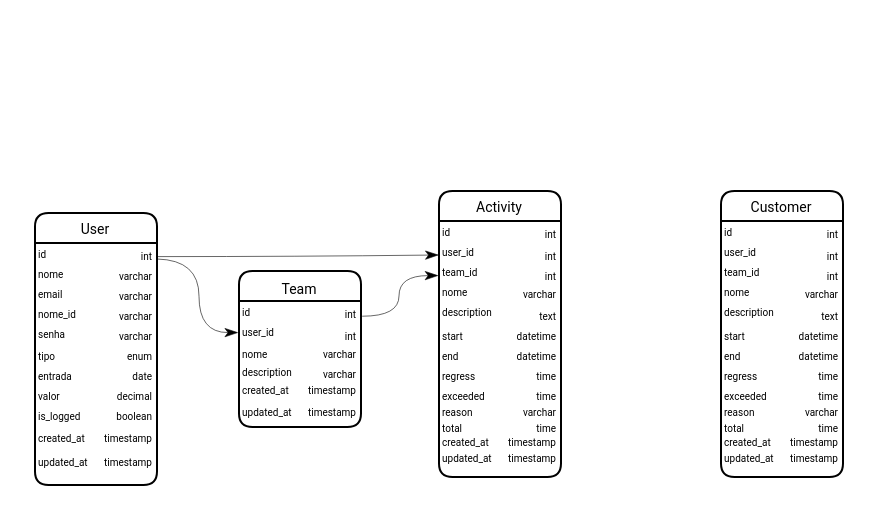
The draw.io diagram Banco Kairos.drawio in Avflux/drawio, before the edit. Source tidied: cells renumbered, new cells numbered last; positions are measured from the earlier drawing's top-left corner, leaving out a move shared by most shapes. Both pictures are drawn from the tidied source at 200%, with x=0, y=0 at pixel (34, 190).
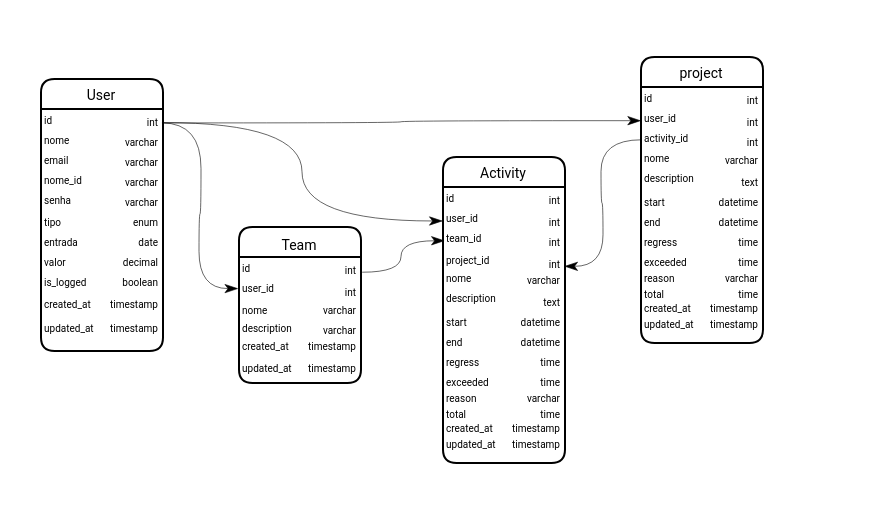
The same page after the edit.

Unchanged cells that the change refers to:
```xml
<mxCell id="20" value="&lt;font face=&quot;Roboto&quot;&gt;&lt;span style=&quot;font-size: 5px;&quot;&gt;int&lt;/span&gt;&lt;/font&gt;" style="text;html=1;align=right;verticalAlign=middle;points=[];strokeColor=none;fillColor=none;fontFamily=Architects Daughter;" parent="2" vertex="1">
  <mxGeometry x="40" y="5" width="20" height="30" as="geometry" />
</mxCell>
<mxCell id="29" value="&lt;font face=&quot;Roboto&quot;&gt;&lt;span style=&quot;font-size: 5px;&quot;&gt;nome&lt;/span&gt;&lt;/font&gt;" style="text;html=1;align=left;verticalAlign=middle;points=[];strokeColor=none;fillColor=none;fontFamily=Architects Daughter;" parent="25" vertex="1">
  <mxGeometry y="26" width="31" height="27" as="geometry" />
</mxCell>
<mxCell id="33" value="&lt;font face=&quot;Roboto&quot;&gt;&lt;span style=&quot;font-size: 5px;&quot;&gt;int&lt;/span&gt;&lt;/font&gt;" style="text;html=1;align=right;verticalAlign=middle;points=[];strokeColor=none;fillColor=none;fontFamily=Architects Daughter;" parent="25" vertex="1">
  <mxGeometry x="40" y="5" width="20" height="30" as="geometry" />
</mxCell>
<mxCell id="42" value="&lt;font face=&quot;Roboto&quot; style=&quot;font-size: 5px;&quot;&gt;team_id&lt;/font&gt;" style="text;html=1;align=left;verticalAlign=middle;points=[];strokeColor=none;fillColor=none;fontFamily=Architects Daughter;" parent="38" vertex="1">
  <mxGeometry y="27" width="36" height="26" as="geometry" />
</mxCell>
<mxCell id="70" value="&lt;font face=&quot;Roboto&quot; style=&quot;font-size: 5px;&quot;&gt;user_id&lt;/font&gt;" style="text;html=1;align=left;verticalAlign=middle;points=[];strokeColor=none;fillColor=none;fontFamily=Architects Daughter;" parent="68" vertex="1">
  <mxGeometry y="17" width="34" height="26" as="geometry" />
</mxCell>
```

What changed in the source:
```diff
@@
     <mxCell id="2" value="&lt;p&gt;&lt;font style=&quot;font-size: 7px;&quot; face=&quot;Roboto&quot;&gt;&lt;span style=&quot;font-weight: 400;&quot;&gt;User&lt;/span&gt;&lt;/font&gt;&lt;/p&gt;" style="swimlane;whiteSpace=wrap;html=1;hachureGap=4;fontFamily=Architects Daughter;fillColor=default;strokeColor=default;startSize=15;strokeWidth=1;swimlaneLine=1;glass=0;rounded=1;shadow=0;align=center;" parent="1" vertex="1">
-      <mxGeometry y="11" width="61" height="136" as="geometry" />
+      <mxGeometry x="3" y="-56" width="61" height="136" as="geometry" />
     </mxCell>
@@
     <mxCell id="25" value="&lt;p&gt;&lt;font face=&quot;Roboto&quot;&gt;&lt;span style=&quot;font-size: 7px; font-weight: 400;&quot;&gt;Team&lt;/span&gt;&lt;/font&gt;&lt;/p&gt;" style="swimlane;whiteSpace=wrap;html=1;hachureGap=4;fontFamily=Architects Daughter;fillColor=default;strokeColor=default;startSize=15;strokeWidth=1;swimlaneLine=1;glass=0;rounded=1;shadow=0;align=center;" parent="1" vertex="1">
-      <mxGeometry x="102" y="40" width="61" height="78" as="geometry" />
+      <mxGeometry x="102" y="18" width="61" height="78" as="geometry" />
     </mxCell>
@@
     <mxCell id="38" value="&lt;p&gt;&lt;font style=&quot;font-size: 7px;&quot; face=&quot;Roboto&quot;&gt;&lt;span style=&quot;font-weight: 400;&quot;&gt;Activity&lt;/span&gt;&lt;/font&gt;&lt;/p&gt;" style="swimlane;whiteSpace=wrap;html=1;hachureGap=4;fontFamily=Architects Daughter;fillColor=default;strokeColor=default;startSize=15;strokeWidth=1;swimlaneLine=1;glass=0;rounded=1;shadow=0;align=center;" parent="1" vertex="1">
-      <mxGeometry x="202" width="61" height="143" as="geometry" />
+      <mxGeometry x="204" y="-17" width="61" height="153" as="geometry" />
     </mxCell>
@@
     <mxCell id="44" value="&lt;font face=&quot;Roboto&quot; style=&quot;font-size: 5px;&quot;&gt;nome&lt;/font&gt;" style="text;html=1;align=left;verticalAlign=middle;points=[];strokeColor=none;fillColor=none;fontFamily=Architects Daughter;" parent="38" vertex="1">
-      <mxGeometry y="37" width="31" height="26" as="geometry" />
+      <mxGeometry y="47" width="31" height="26" as="geometry" />
     </mxCell>
     <mxCell id="45" value="&lt;font face=&quot;Roboto&quot;&gt;&lt;span style=&quot;font-size: 5px;&quot;&gt;varchar&lt;/span&gt;&lt;/font&gt;" style="text;html=1;align=right;verticalAlign=middle;strokeColor=none;fillColor=none;fontFamily=Architects Daughter;" parent="38" vertex="1">
-      <mxGeometry x="20" y="35" width="40" height="30" as="geometry" />
+      <mxGeometry x="20" y="45" width="40" height="30" as="geometry" />
     </mxCell>
     <mxCell id="46" value="&lt;font face=&quot;Roboto&quot; style=&quot;font-size: 5px;&quot;&gt;description&lt;/font&gt;" style="text;html=1;align=left;verticalAlign=middle;strokeColor=none;fillColor=none;fontFamily=Architects Daughter;" parent="38" vertex="1">
-      <mxGeometry y="47" width="43" height="26" as="geometry" />
+      <mxGeometry y="57" width="43" height="26" as="geometry" />
     </mxCell>
     <mxCell id="47" value="&lt;font face=&quot;Roboto&quot;&gt;&lt;span style=&quot;font-size: 5px;&quot;&gt;text&lt;/span&gt;&lt;/font&gt;" style="text;html=1;align=right;verticalAlign=middle;strokeColor=none;fillColor=none;fontFamily=Architects Daughter;" parent="38" vertex="1">
-      <mxGeometry x="34" y="47" width="26" height="27" as="geometry" />
+      <mxGeometry x="34" y="57" width="26" height="27" as="geometry" />
     </mxCell>
     <mxCell id="48" value="&lt;font face=&quot;Roboto&quot;&gt;&lt;span style=&quot;font-size: 5px;&quot;&gt;start&lt;/span&gt;&lt;/font&gt;" style="text;html=1;align=left;verticalAlign=middle;strokeColor=none;fillColor=none;fontFamily=Architects Daughter;" parent="38" vertex="1">
-      <mxGeometry y="57" width="28" height="27" as="geometry" />
+      <mxGeometry y="67" width="28" height="27" as="geometry" />
     </mxCell>
     <mxCell id="49" value="&lt;font face=&quot;Roboto&quot;&gt;&lt;span style=&quot;font-size: 5px;&quot;&gt;datetime&lt;/span&gt;&lt;/font&gt;" style="text;html=1;align=right;verticalAlign=middle;strokeColor=none;fillColor=none;fontFamily=Architects Daughter;" parent="38" vertex="1">
-      <mxGeometry x="22" y="57" width="38" height="27" as="geometry" />
+      <mxGeometry x="22" y="67" width="38" height="27" as="geometry" />
     </mxCell>
     <mxCell id="50" value="&lt;font face=&quot;Roboto&quot;&gt;&lt;span style=&quot;font-size: 5px;&quot;&gt;end&lt;/span&gt;&lt;/font&gt;" style="text;html=1;align=left;verticalAlign=middle;strokeColor=none;fillColor=none;fontFamily=Architects Daughter;" parent="38" vertex="1">
-      <mxGeometry y="67" width="26" height="27" as="geometry" />
+      <mxGeometry y="77" width="26" height="27" as="geometry" />
     </mxCell>
     <mxCell id="51" value="&lt;font face=&quot;Roboto&quot;&gt;&lt;span style=&quot;font-size: 5px;&quot;&gt;datetime&lt;/span&gt;&lt;/font&gt;" style="text;html=1;align=right;verticalAlign=middle;strokeColor=none;fillColor=none;fontFamily=Architects Daughter;" parent="38" vertex="1">
-      <mxGeometry x="22" y="67" width="38" height="27" as="geometry" />
+      <mxGeometry x="22" y="77" width="38" height="27" as="geometry" />
     </mxCell>
     <mxCell id="52" value="&lt;font face=&quot;Roboto&quot;&gt;&lt;span style=&quot;font-size: 5px;&quot;&gt;regress&lt;/span&gt;&lt;/font&gt;" style="text;html=1;align=left;verticalAlign=middle;strokeColor=none;fillColor=none;fontFamily=Architects Daughter;" parent="38" vertex="1">
-      <mxGeometry y="77" width="35" height="27" as="geometry" />
+      <mxGeometry y="87" width="35" height="27" as="geometry" />
     </mxCell>
     <mxCell id="53" value="&lt;font face=&quot;Roboto&quot;&gt;&lt;span style=&quot;font-size: 5px;&quot;&gt;time&lt;/span&gt;&lt;/font&gt;" style="text;html=1;align=right;verticalAlign=middle;strokeColor=none;fillColor=none;fontFamily=Architects Daughter;" parent="38" vertex="1">
-      <mxGeometry x="32" y="77" width="28" height="27" as="geometry" />
+      <mxGeometry x="32" y="87" width="28" height="27" as="geometry" />
     </mxCell>
     <mxCell id="54" value="&lt;font face=&quot;Roboto&quot;&gt;&lt;span style=&quot;font-size: 5px;&quot;&gt;exceeded&lt;/span&gt;&lt;/font&gt;" style="text;html=1;align=left;verticalAlign=middle;strokeColor=none;fillColor=none;fontFamily=Architects Daughter;" parent="38" vertex="1">
-      <mxGeometry y="87" width="39" height="27" as="geometry" />
+      <mxGeometry y="97" width="39" height="27" as="geometry" />
     </mxCell>
     <mxCell id="55" value="&lt;font face=&quot;Roboto&quot;&gt;&lt;span style=&quot;font-size: 5px;&quot;&gt;time&lt;/span&gt;&lt;/font&gt;" style="text;html=1;align=right;verticalAlign=middle;strokeColor=none;fillColor=none;fontFamily=Architects Daughter;" parent="38" vertex="1">
-      <mxGeometry x="32" y="87" width="28" height="27" as="geometry" />
+      <mxGeometry x="32" y="97" width="28" height="27" as="geometry" />
     </mxCell>
@@
     <mxCell id="57" value="&lt;font face=&quot;Roboto&quot;&gt;&lt;span style=&quot;font-size: 5px;&quot;&gt;created_at&lt;/span&gt;&lt;/font&gt;" style="text;html=1;align=left;verticalAlign=middle;strokeColor=none;fillColor=none;fontFamily=Architects Daughter;" parent="38" vertex="1">
-      <mxGeometry y="110" width="41" height="27" as="geometry" />
+      <mxGeometry y="120" width="41" height="27" as="geometry" />
     </mxCell>
     <mxCell id="58" value="&lt;font face=&quot;Roboto&quot;&gt;&lt;span style=&quot;font-size: 5px;&quot;&gt;timestamp&lt;/span&gt;&lt;/font&gt;" style="text;html=1;align=right;verticalAlign=middle;strokeColor=none;fillColor=none;fontFamily=Architects Daughter;" parent="38" vertex="1">
-      <mxGeometry x="18" y="110" width="42" height="27" as="geometry" />
+      <mxGeometry x="18" y="120" width="42" height="27" as="geometry" />
     </mxCell>
     <mxCell id="59" value="&lt;font face=&quot;Roboto&quot;&gt;&lt;span style=&quot;font-size: 5px;&quot;&gt;updated_at&lt;/span&gt;&lt;/font&gt;" style="text;html=1;align=left;verticalAlign=middle;strokeColor=none;fillColor=none;fontFamily=Architects Daughter;" parent="38" vertex="1">
-      <mxGeometry y="118" width="43" height="27" as="geometry" />
+      <mxGeometry y="128" width="43" height="27" as="geometry" />
     </mxCell>
     <mxCell id="60" value="&lt;font face=&quot;Roboto&quot;&gt;&lt;span style=&quot;font-size: 5px;&quot;&gt;timestamp&lt;/span&gt;&lt;/font&gt;" style="text;html=1;align=right;verticalAlign=middle;strokeColor=none;fillColor=none;fontFamily=Architects Daughter;" parent="38" vertex="1">
-      <mxGeometry x="18" y="118" width="42" height="27" as="geometry" />
+      <mxGeometry x="18" y="128" width="42" height="27" as="geometry" />
     </mxCell>
     <mxCell id="61" value="&lt;font face=&quot;Roboto&quot;&gt;&lt;span style=&quot;font-size: 5px;&quot;&gt;total&lt;/span&gt;&lt;/font&gt;" style="text;html=1;align=left;verticalAlign=middle;strokeColor=none;fillColor=none;fontFamily=Architects Daughter;" parent="38" vertex="1">
-      <mxGeometry y="103" width="28" height="27" as="geometry" />
+      <mxGeometry y="113" width="28" height="27" as="geometry" />
     </mxCell>
     <mxCell id="62" value="&lt;font face=&quot;Roboto&quot;&gt;&lt;span style=&quot;font-size: 5px;&quot;&gt;time&lt;/span&gt;&lt;/font&gt;" style="text;html=1;align=right;verticalAlign=middle;strokeColor=none;fillColor=none;fontFamily=Architects Daughter;" parent="38" vertex="1">
-      <mxGeometry x="32" y="103" width="28" height="27" as="geometry" />
+      <mxGeometry x="32" y="113" width="28" height="27" as="geometry" />
     </mxCell>
     <mxCell id="63" value="&lt;font face=&quot;Roboto&quot;&gt;&lt;span style=&quot;font-size: 5px;&quot;&gt;reason&lt;/span&gt;&lt;/font&gt;" style="text;html=1;align=left;verticalAlign=middle;strokeColor=none;fillColor=none;fontFamily=Architects Daughter;" parent="38" vertex="1">
-      <mxGeometry y="95" width="33" height="27" as="geometry" />
+      <mxGeometry y="105" width="33" height="27" as="geometry" />
     </mxCell>
     <mxCell id="64" value="&lt;font face=&quot;Roboto&quot;&gt;&lt;span style=&quot;font-size: 5px;&quot;&gt;varchar&lt;/span&gt;&lt;/font&gt;" style="text;html=1;align=right;verticalAlign=middle;strokeColor=none;fillColor=none;fontFamily=Architects Daughter;" parent="38" vertex="1">
-      <mxGeometry x="25" y="95" width="35" height="27" as="geometry" />
+      <mxGeometry x="25" y="105" width="35" height="27" as="geometry" />
     </mxCell>
+    <mxCell id="95" value="&lt;font face=&quot;Roboto&quot; style=&quot;font-size: 5px;&quot;&gt;project_id&lt;/font&gt;" style="text;html=1;align=left;verticalAlign=middle;strokeColor=none;fillColor=none;fontFamily=Architects Daughter;" parent="38" vertex="1">
+      <mxGeometry y="38" width="40" height="26" as="geometry" />
+    </mxCell>
+    <mxCell id="96" value="&lt;font face=&quot;Roboto&quot;&gt;&lt;span style=&quot;font-size: 5px;&quot;&gt;int&lt;/span&gt;&lt;/font&gt;" style="text;html=1;align=right;verticalAlign=middle;points=[];strokeColor=none;fillColor=none;fontFamily=Architects Daughter;" parent="38" vertex="1">
+      <mxGeometry x="36" y="38" width="24" height="27" as="geometry" />
+    </mxCell>
@@
-    <mxCell id="66" style="edgeStyle=orthogonalEdgeStyle;rounded=0;hachureGap=4;jettySize=auto;html=1;fontFamily=Architects Daughter;curved=1;endArrow=classicThin;endFill=1;strokeWidth=0.3;entryX=-0.01;entryY=0.204;entryDx=0;entryDy=0;entryPerimeter=0;exitX=1.08;exitY=0.587;exitDx=0;exitDy=0;exitPerimeter=0;" parent="1" edge="1" source="33" target="44">
+    <mxCell id="66" style="edgeStyle=orthogonalEdgeStyle;rounded=0;hachureGap=4;jettySize=auto;html=1;fontFamily=Architects Daughter;curved=1;endArrow=classicThin;endFill=1;strokeWidth=0.3;entryX=0.024;entryY=0.572;entryDx=0;entryDy=0;entryPerimeter=0;exitX=1.08;exitY=0.587;exitDx=0;exitDy=0;exitPerimeter=0;" parent="1" edge="1" source="33" target="42">
       <mxGeometry relative="1" as="geometry" />
     </mxCell>
-    <mxCell id="67" style="edgeStyle=orthogonalEdgeStyle;rounded=0;hachureGap=4;jettySize=auto;html=1;fontFamily=Architects Daughter;curved=1;endArrow=classicThin;endFill=1;strokeWidth=0.3;entryX=-0.013;entryY=0.178;entryDx=0;entryDy=0;entryPerimeter=0;" parent="1" edge="1" target="29">
-      <mxGeometry relative="1" as="geometry">
-        <mxPoint x="61" y="34" as="sourcePoint" />
-      </mxGeometry>
+    <mxCell id="67" style="edgeStyle=orthogonalEdgeStyle;rounded=0;hachureGap=4;jettySize=auto;html=1;fontFamily=Architects Daughter;curved=1;endArrow=classicThin;endFill=1;strokeWidth=0.3;entryX=-0.013;entryY=0.178;entryDx=0;entryDy=0;entryPerimeter=0;exitX=1.023;exitY=0.565;exitDx=0;exitDy=0;exitPerimeter=0;" parent="1" edge="1" source="20" target="29">
+      <mxGeometry relative="1" as="geometry" />
     </mxCell>
-    <mxCell id="68" value="&lt;p&gt;&lt;font style=&quot;font-size: 7px;&quot; face=&quot;Roboto&quot;&gt;&lt;span style=&quot;font-weight: 400;&quot;&gt;Customer&lt;/span&gt;&lt;/font&gt;&lt;/p&gt;" style="swimlane;whiteSpace=wrap;html=1;hachureGap=4;fontFamily=Architects Daughter;fillColor=default;strokeColor=default;startSize=15;strokeWidth=1;swimlaneLine=1;glass=0;rounded=1;shadow=0;align=center;" parent="1" vertex="1">
-      <mxGeometry x="343" width="61" height="143" as="geometry" />
+    <mxCell id="68" value="&lt;p&gt;&lt;font style=&quot;font-size: 7px;&quot; face=&quot;Roboto&quot;&gt;&lt;span style=&quot;font-weight: 400;&quot;&gt;project&lt;/span&gt;&lt;/font&gt;&lt;/p&gt;" style="swimlane;whiteSpace=wrap;html=1;hachureGap=4;fontFamily=Architects Daughter;fillColor=default;strokeColor=default;startSize=15;strokeWidth=1;swimlaneLine=1;glass=0;rounded=1;shadow=0;align=center;" parent="1" vertex="1">
+      <mxGeometry x="303" y="-67" width="61" height="143" as="geometry" />
     </mxCell>
@@
-    <mxCell id="72" value="&lt;font face=&quot;Roboto&quot; style=&quot;font-size: 5px;&quot;&gt;team_id&lt;/font&gt;" style="text;html=1;align=left;verticalAlign=middle;points=[];strokeColor=none;fillColor=none;fontFamily=Architects Daughter;" parent="68" vertex="1">
-      <mxGeometry y="27" width="36" height="26" as="geometry" />
+    <mxCell id="72" value="&lt;font face=&quot;Roboto&quot; style=&quot;font-size: 5px;&quot;&gt;activity_id&lt;/font&gt;" style="text;html=1;align=left;verticalAlign=middle;points=[];strokeColor=none;fillColor=none;fontFamily=Architects Daughter;" parent="68" vertex="1">
+      <mxGeometry y="27" width="40" height="26" as="geometry" />
     </mxCell>
@@
+    <mxCell id="97" style="edgeStyle=orthogonalEdgeStyle;rounded=0;hachureGap=4;jettySize=auto;html=1;fontFamily=Architects Daughter;curved=1;endArrow=classicThin;endFill=1;strokeWidth=0.3;entryX=0;entryY=0.571;entryDx=0;entryDy=0;entryPerimeter=0;exitX=1.028;exitY=0.565;exitDx=0;exitDy=0;exitPerimeter=0;" parent="1" edge="1" source="20" target="70">
+      <mxGeometry relative="1" as="geometry" />
+    </mxCell>
+    <mxCell id="98" style="edgeStyle=orthogonalEdgeStyle;rounded=0;hachureGap=4;jettySize=auto;html=1;fontFamily=Architects Daughter;curved=1;endArrow=classicThin;endFill=1;strokeWidth=0.3;exitX=0.005;exitY=0.554;exitDx=0;exitDy=0;exitPerimeter=0;entryX=1.028;entryY=0.617;entryDx=0;entryDy=0;entryPerimeter=0;" parent="1" edge="1" source="72" target="96">
+      <mxGeometry relative="1" as="geometry" />
+    </mxCell>
```
